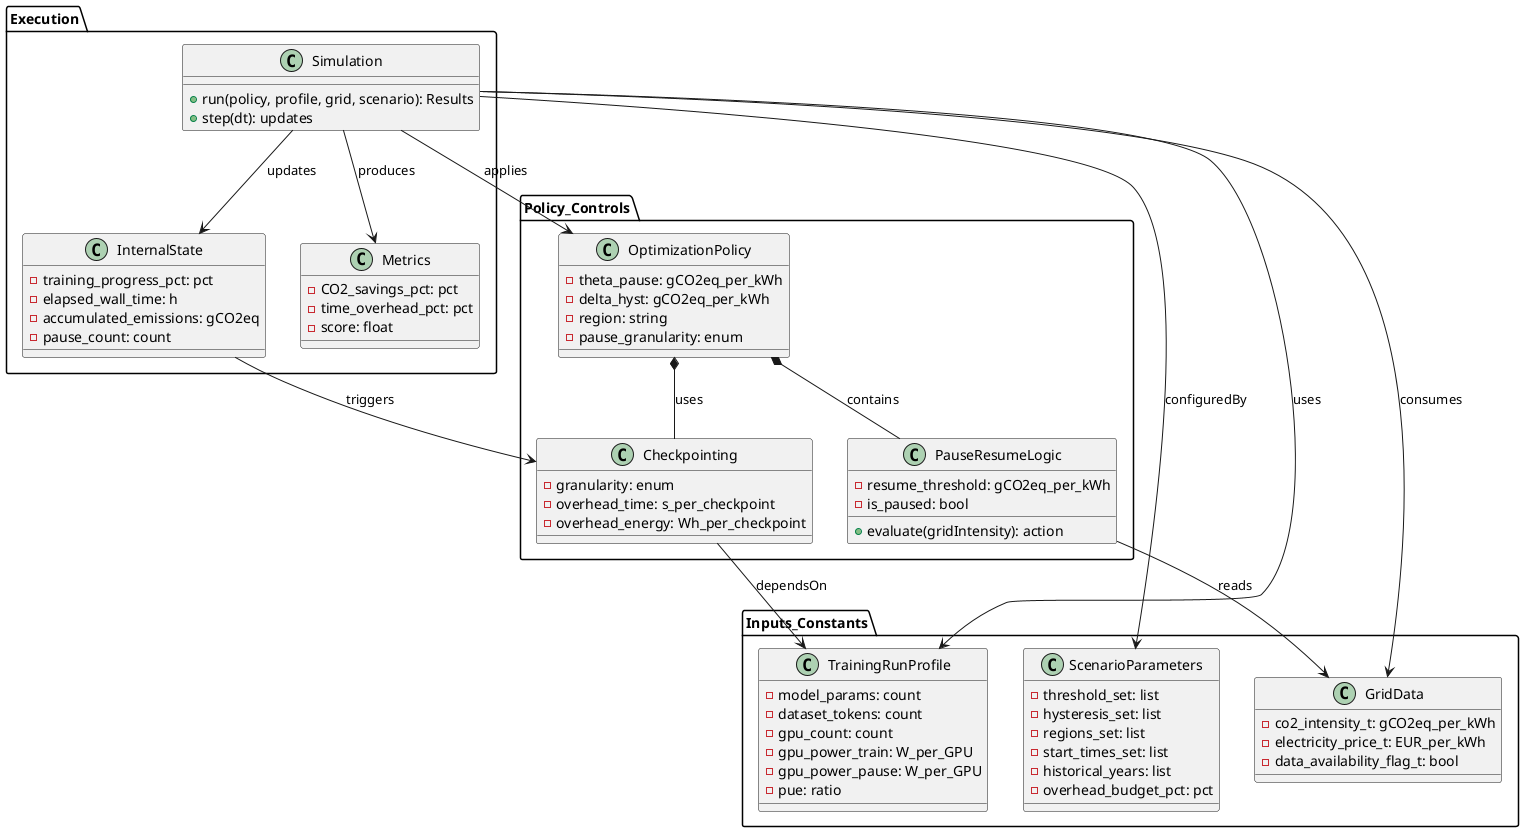
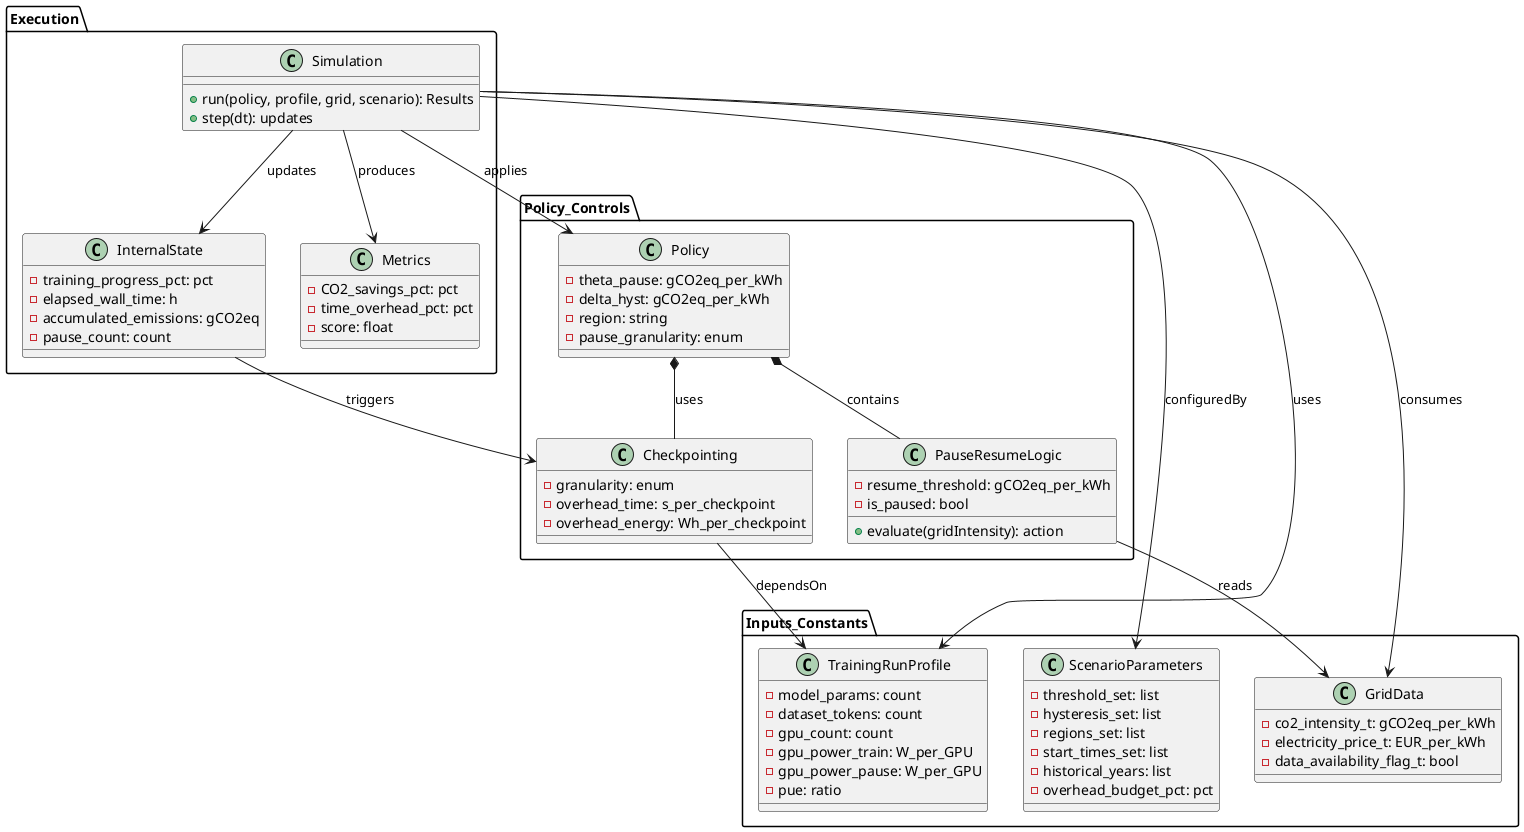
@startuml
'title CO2-aware LLM Training Simulation Class Diagram

package Inputs_Constants {
  class TrainingRunProfile {
    - model_params: count
    - dataset_tokens: count
    - gpu_count: count
    - gpu_power_train: W_per_GPU
    - gpu_power_pause: W_per_GPU
    - pue: ratio
  }

  class GridData {
    - co2_intensity_t: gCO2eq_per_kWh
    - electricity_price_t: EUR_per_kWh
    - data_availability_flag_t: bool
  }

  class ScenarioParameters {
    - threshold_set: list
    - hysteresis_set: list
    - regions_set: list
    - start_times_set: list
    - historical_years: list
    - overhead_budget_pct: pct
  }
}

package Policy_Controls {
-   class OptimizationPolicy {
+   class Policy {
    - theta_pause: gCO2eq_per_kWh
    - delta_hyst: gCO2eq_per_kWh
    - region: string
    - pause_granularity: enum
  }

  class PauseResumeLogic {
    - resume_threshold: gCO2eq_per_kWh
    - is_paused: bool
    + evaluate(gridIntensity): action
  }

  class Checkpointing {
    - granularity: enum
    - overhead_time: s_per_checkpoint
    - overhead_energy: Wh_per_checkpoint
  }
}

package "Execution" {
  class Simulation {
    + run(policy, profile, grid, scenario): Results
    + step(dt): updates
  }

  class InternalState {
    - training_progress_pct: pct
    - elapsed_wall_time: h
    - accumulated_emissions: gCO2eq
    - pause_count: count
  }

  class Metrics {
    - CO2_savings_pct: pct
    - time_overhead_pct: pct
    - score: float
  }
}

' Relationships
Simulation --> TrainingRunProfile : uses
Simulation --> GridData : consumes
- Simulation --> OptimizationPolicy : applies
+ Simulation --> Policy : applies
Simulation --> ScenarioParameters : configuredBy
Simulation --> InternalState : updates
Simulation --> Metrics : produces

- OptimizationPolicy *-- PauseResumeLogic : contains
- OptimizationPolicy *-- Checkpointing : uses
+ Policy *-- PauseResumeLogic : contains
+ Policy *-- Checkpointing : uses
Checkpointing --> TrainingRunProfile : dependsOn
PauseResumeLogic --> GridData : reads
InternalState --> Checkpointing : triggers
@enduml
